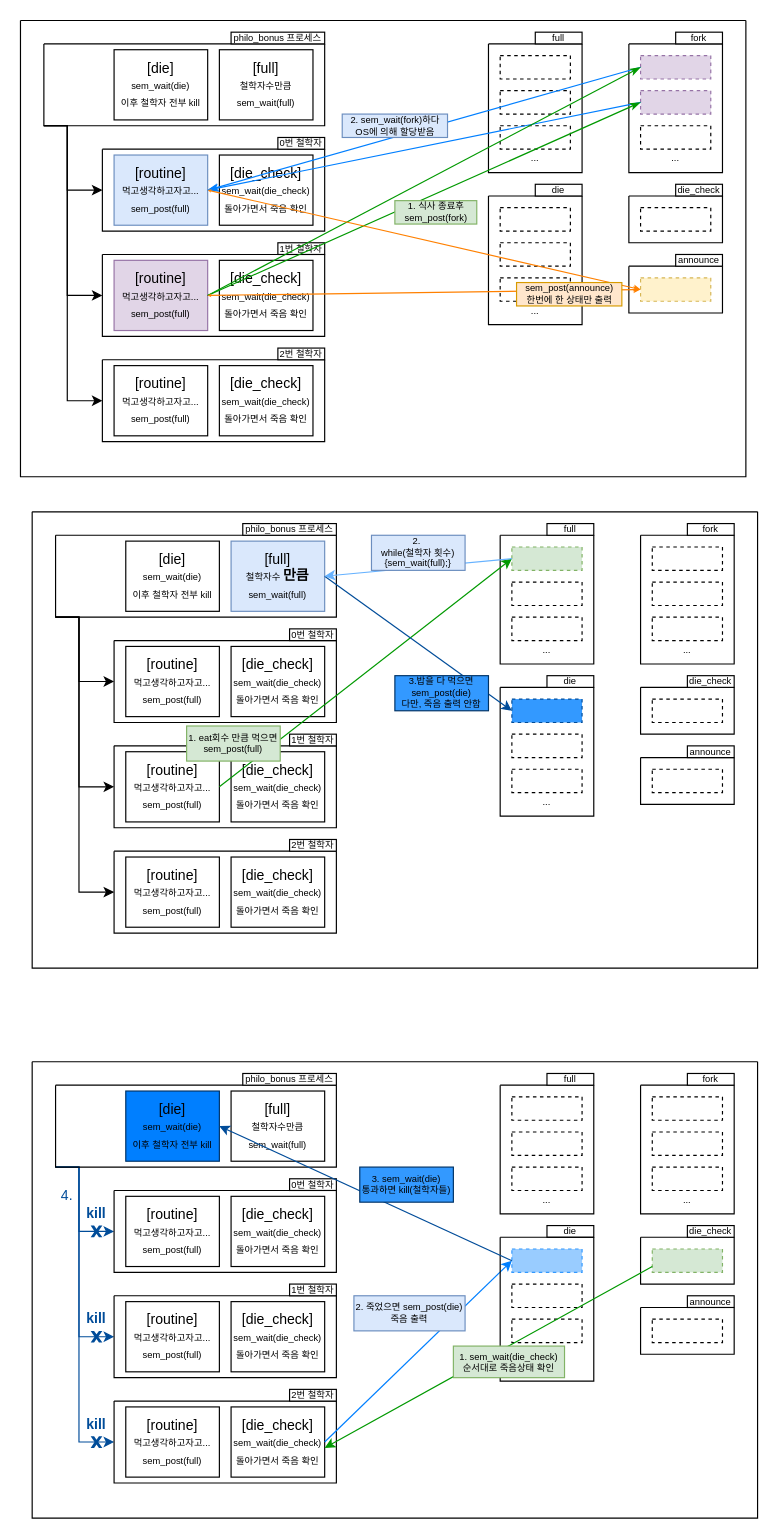
gyujun9403/gyujun9403.github.io keeps this draw.io diagram as images/42seoul/philo/philo_bonus(full).drawio. Above is the earlier version. Source tidied: cells renumbered, new cells numbered last; positions are measured from the earlier drawing's top-left corner, leaving out a move shared by most shapes. Both pictures are drawn from the tidied source at 117%, with x=0, y=0 at pixel (20, 20).
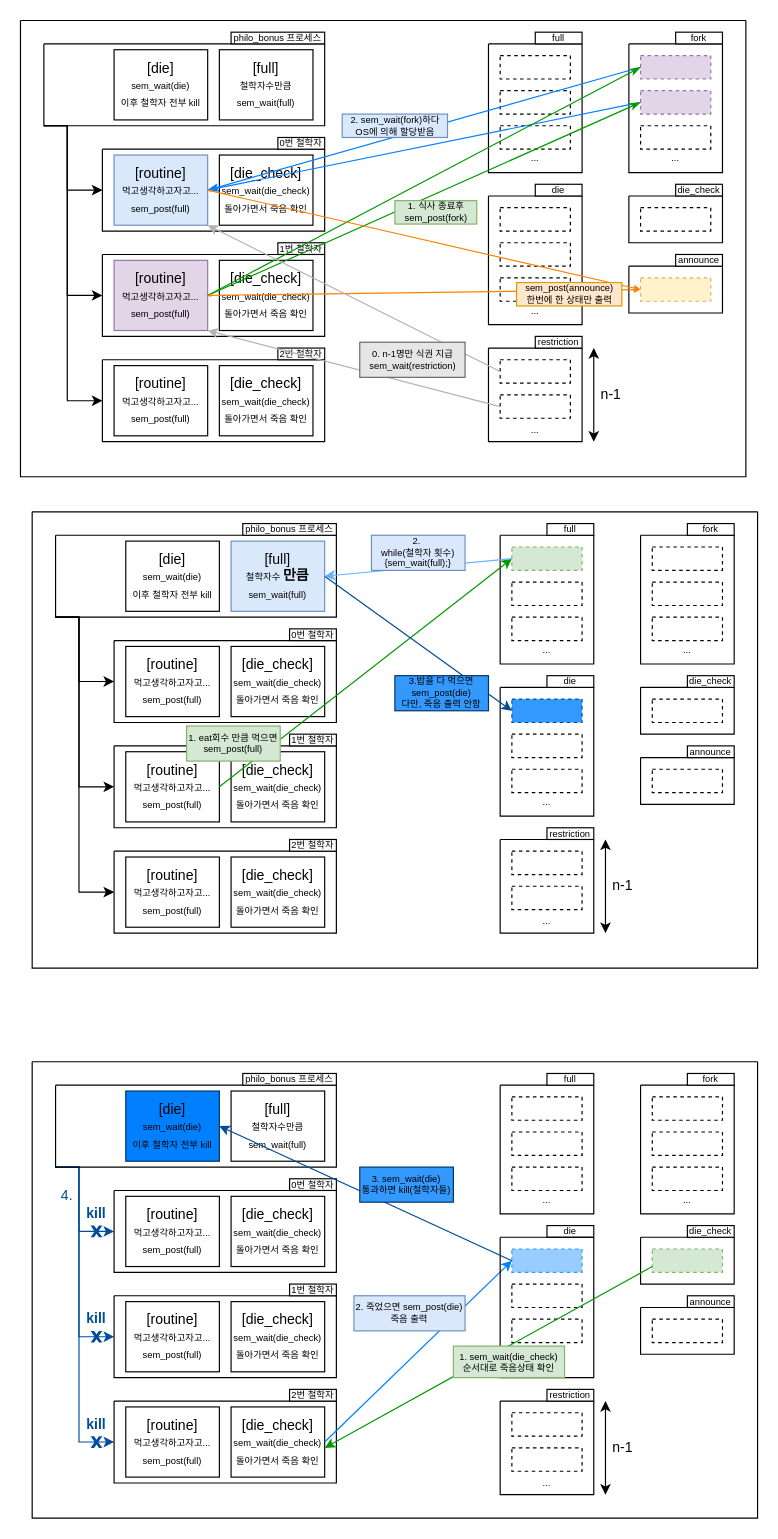
The same diagram, later.

The change refers to these unchanged cells:
```xml
<mxCell id="2" style="swimlane;startSize=0;" parent="1" vertex="1">
  <mxGeometry width="620" height="390" as="geometry" />
</mxCell>
<mxCell id="10" value="[routine]&lt;br&gt;&lt;font style=&quot;font-size: 8px&quot;&gt;먹고생각하고자고...&lt;br&gt;&lt;/font&gt;&lt;font style=&quot;font-size: 8px&quot;&gt;sem_post(full)&lt;/font&gt;" style="rounded=0;whiteSpace=wrap;html=1;fillColor=#dae8fc;strokeColor=#6c8ebf;" parent="9" vertex="1">
  <mxGeometry x="10" y="5" width="80" height="60" as="geometry" />
</mxCell>
<mxCell id="13" value="[routine]&lt;br&gt;&lt;font style=&quot;font-size: 8px&quot;&gt;먹고생각하고자고...&lt;br&gt;&lt;/font&gt;&lt;font style=&quot;font-size: 8px&quot;&gt;sem_post(full)&lt;/font&gt;" style="rounded=0;whiteSpace=wrap;html=1;fillColor=#e1d5e7;strokeColor=#9673a6;" parent="12" vertex="1">
  <mxGeometry x="10" y="5" width="80" height="60" as="geometry" />
</mxCell>
<mxCell id="55" style="swimlane;startSize=0;" parent="1" vertex="1">
  <mxGeometry x="10" y="890" width="620" height="390" as="geometry" />
</mxCell>
<mxCell id="112" style="swimlane;startSize=0;" parent="1" vertex="1">
  <mxGeometry x="10" y="420" width="620" height="390" as="geometry" />
</mxCell>
```

The edit, as a diff of the source:
```diff
@@
+    <mxCell id="162" style="swimlane;startSize=0;fontSize=8;" parent="2" vertex="1">
+      <mxGeometry x="400" y="280" width="80" height="80" as="geometry" />
+    </mxCell>
+    <mxCell id="163" style="rounded=0;whiteSpace=wrap;html=1;fontSize=8;dashed=1;" parent="162" vertex="1">
+      <mxGeometry x="10" y="10" width="60" height="20" as="geometry" />
+    </mxCell>
+    <mxCell id="164" style="rounded=0;whiteSpace=wrap;html=1;fontSize=8;dashed=1;" parent="162" vertex="1">
+      <mxGeometry x="10" y="40" width="60" height="20" as="geometry" />
+    </mxCell>
+    <mxCell id="165" value="..." style="text;html=1;strokeColor=none;fillColor=none;align=center;verticalAlign=middle;whiteSpace=wrap;rounded=0;fontSize=8;" parent="162" vertex="1">
+      <mxGeometry x="25" y="65" width="30" height="10" as="geometry" />
+    </mxCell>
+    <mxCell id="166" value="restriction" style="rounded=0;whiteSpace=wrap;html=1;fontSize=8;" parent="2" vertex="1">
+      <mxGeometry x="440" y="270" width="40" height="10" as="geometry" />
+    </mxCell>
+    <mxCell id="167" style="endArrow=classic;startArrow=classic;html=1;rounded=0;" parent="2" edge="1">
+      <mxGeometry relative="1" as="geometry">
+        <mxPoint x="490" y="360" as="sourcePoint" />
+        <mxPoint x="490" y="280" as="targetPoint" />
+      </mxGeometry>
+    </mxCell>
+    <mxCell id="168" value="n-1" style="text;html=1;strokeColor=none;fillColor=none;align=center;verticalAlign=middle;whiteSpace=wrap;rounded=0;" parent="2" vertex="1">
+      <mxGeometry x="490" y="312.5" width="30" height="15" as="geometry" />
+    </mxCell>
+    <mxCell id="169" style="endArrow=classic;html=1;rounded=0;entryX=1;entryY=1;entryDx=0;entryDy=0;exitX=0;exitY=0.5;exitDx=0;exitDy=0;strokeColor=#B3B3B3;" parent="2" edge="1" source="163" target="10">
+      <mxGeometry relative="1" as="geometry" />
+    </mxCell>
+    <mxCell id="170" style="endArrow=classic;html=1;rounded=0;entryX=1;entryY=1;entryDx=0;entryDy=0;exitX=0;exitY=0.5;exitDx=0;exitDy=0;strokeColor=#B3B3B3;" parent="2" edge="1" source="164" target="13">
+      <mxGeometry relative="1" as="geometry" />
+    </mxCell>
+    <mxCell id="171" value="0. n-1명만 식권 지급&lt;br&gt;sem_wait(restriction)" style="text;html=1;align=center;verticalAlign=middle;strokeColor=#666666;fillColor=#E6E6E6;fontSize=8;" parent="2" vertex="1">
+      <mxGeometry x="290" y="275" width="90" height="30" as="geometry" />
+    </mxCell>
@@
     <mxCell id="96" style="swimlane;startSize=0;fontSize=8;" parent="55" vertex="1">
-      <mxGeometry x="400" y="150" width="80" height="123" as="geometry" />
+      <mxGeometry x="400" y="150" width="80" height="120" as="geometry" />
     </mxCell>
@@
+    <mxCell id="172" style="swimlane;startSize=0;fontSize=8;" parent="112" vertex="1">
+      <mxGeometry x="400" y="280" width="80" height="80" as="geometry" />
+    </mxCell>
+    <mxCell id="173" style="rounded=0;whiteSpace=wrap;html=1;fontSize=8;dashed=1;" parent="172" vertex="1">
+      <mxGeometry x="10" y="10" width="60" height="20" as="geometry" />
+    </mxCell>
+    <mxCell id="174" style="rounded=0;whiteSpace=wrap;html=1;fontSize=8;dashed=1;" parent="172" vertex="1">
+      <mxGeometry x="10" y="40" width="60" height="20" as="geometry" />
+    </mxCell>
+    <mxCell id="175" value="..." style="text;html=1;strokeColor=none;fillColor=none;align=center;verticalAlign=middle;whiteSpace=wrap;rounded=0;fontSize=8;" parent="172" vertex="1">
+      <mxGeometry x="25" y="65" width="30" height="10" as="geometry" />
+    </mxCell>
+    <mxCell id="176" value="restriction" style="rounded=0;whiteSpace=wrap;html=1;fontSize=8;" parent="112" vertex="1">
+      <mxGeometry x="440" y="270" width="40" height="10" as="geometry" />
+    </mxCell>
+    <mxCell id="177" style="endArrow=classic;startArrow=classic;html=1;rounded=0;" parent="112" edge="1">
+      <mxGeometry relative="1" as="geometry">
+        <mxPoint x="490" y="360" as="sourcePoint" />
+        <mxPoint x="490" y="280" as="targetPoint" />
+      </mxGeometry>
+    </mxCell>
+    <mxCell id="178" value="n-1" style="text;html=1;strokeColor=none;fillColor=none;align=center;verticalAlign=middle;whiteSpace=wrap;rounded=0;" parent="112" vertex="1">
+      <mxGeometry x="490" y="312.5" width="30" height="15" as="geometry" />
+    </mxCell>
+    <mxCell id="179" style="swimlane;startSize=0;fontSize=8;" parent="1" vertex="1">
+      <mxGeometry x="410" y="1180" width="80" height="80" as="geometry" />
+    </mxCell>
+    <mxCell id="180" style="rounded=0;whiteSpace=wrap;html=1;fontSize=8;dashed=1;" parent="179" vertex="1">
+      <mxGeometry x="10" y="10" width="60" height="20" as="geometry" />
+    </mxCell>
+    <mxCell id="181" style="rounded=0;whiteSpace=wrap;html=1;fontSize=8;dashed=1;" parent="179" vertex="1">
+      <mxGeometry x="10" y="40" width="60" height="20" as="geometry" />
+    </mxCell>
+    <mxCell id="182" value="..." style="text;html=1;strokeColor=none;fillColor=none;align=center;verticalAlign=middle;whiteSpace=wrap;rounded=0;fontSize=8;" parent="179" vertex="1">
+      <mxGeometry x="25" y="65" width="30" height="10" as="geometry" />
+    </mxCell>
+    <mxCell id="183" value="restriction" style="rounded=0;whiteSpace=wrap;html=1;fontSize=8;" parent="1" vertex="1">
+      <mxGeometry x="450" y="1170" width="40" height="10" as="geometry" />
+    </mxCell>
+    <mxCell id="184" style="endArrow=classic;startArrow=classic;html=1;rounded=0;" parent="1" edge="1">
+      <mxGeometry relative="1" as="geometry">
+        <mxPoint x="500" y="1260" as="sourcePoint" />
+        <mxPoint x="500" y="1180" as="targetPoint" />
+      </mxGeometry>
+    </mxCell>
+    <mxCell id="185" value="n-1" style="text;html=1;strokeColor=none;fillColor=none;align=center;verticalAlign=middle;whiteSpace=wrap;rounded=0;" parent="1" vertex="1">
+      <mxGeometry x="500" y="1212.5" width="30" height="15" as="geometry" />
+    </mxCell>
```
